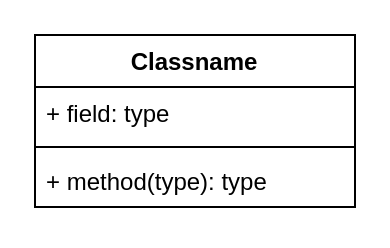
The draw.io diagram Gabool_draft_1.drawio in critschris/Gabool_Draft, before the edit. Source tidied: cells renumbered, new cells numbered last; positions are measured from the earlier drawing's top-left corner, leaving out a move shared by most shapes. Both pictures are drawn from the tidied source at 200%, with x=0, y=0 at pixel (34, 34).
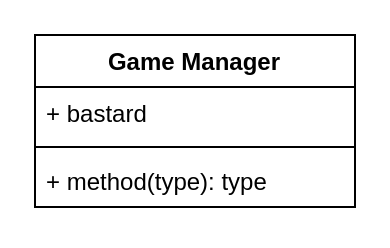
The same diagram, later.

Change to the diagram source:
```diff
@@
 <mxGraphModel>
   <root>
     <mxCell id="0" />
     <mxCell id="1" parent="0" />
-    <mxCell id="2" value="Classname" style="swimlane;fontStyle=1;align=center;verticalAlign=top;horizontal=1;startSize=26;whiteSpace=wrap;html=1;" parent="1" vertex="1">
+    <mxCell id="2" value="Game Manager" style="swimlane;fontStyle=1;align=center;verticalAlign=top;horizontal=1;startSize=26;whiteSpace=wrap;html=1;" parent="1" vertex="1">
       <mxGeometry width="160" height="86" as="geometry" />
     </mxCell>
-    <mxCell id="3" value="+ field: type" style="text;strokeColor=none;fillColor=none;align=left;verticalAlign=top;spacingLeft=4;spacingRight=4;overflow=hidden;whiteSpace=wrap;html=1;" parent="2" vertex="1">
+    <mxCell id="3" value="+ bastard" style="text;strokeColor=none;fillColor=none;align=left;verticalAlign=top;spacingLeft=4;spacingRight=4;overflow=hidden;whiteSpace=wrap;html=1;" parent="2" vertex="1">
       <mxGeometry y="26" width="160" height="26" as="geometry" />
     </mxCell>
     <mxCell id="4" style="line;strokeWidth=1;fillColor=none;align=left;verticalAlign=middle;spacingTop=-1;spacingLeft=3;spacingRight=3;labelPosition=right;strokeColor=inherit;" parent="2" vertex="1">
       <mxGeometry y="52" width="160" height="8" as="geometry" />
     </mxCell>
     <mxCell id="5" value="+ method(type): type" style="text;strokeColor=none;fillColor=none;align=left;verticalAlign=top;spacingLeft=4;spacingRight=4;overflow=hidden;whiteSpace=wrap;html=1;" parent="2" vertex="1">
       <mxGeometry y="60" width="160" height="26" as="geometry" />
     </mxCell>
   </root>
 </mxGraphModel>
```
